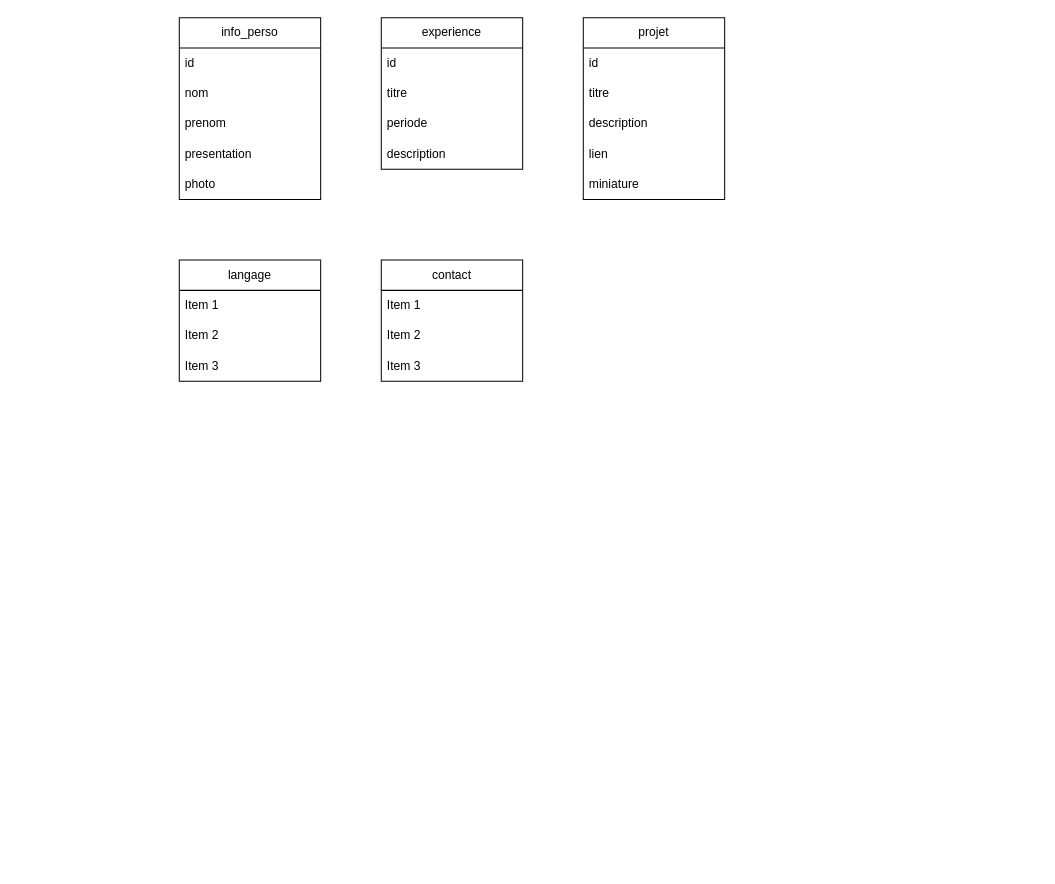
NicolasNegrier/portfolio_node keeps this draw.io diagram as Diagramme sans nom.drawio. Above is the earlier version. Source tidied: cells renumbered, new cells numbered last; positions are measured from the earlier drawing's top-left corner, leaving out a move shared by most shapes. Both pictures are drawn from the tidied source at 101%, with x=0, y=0 at pixel (179, 17).
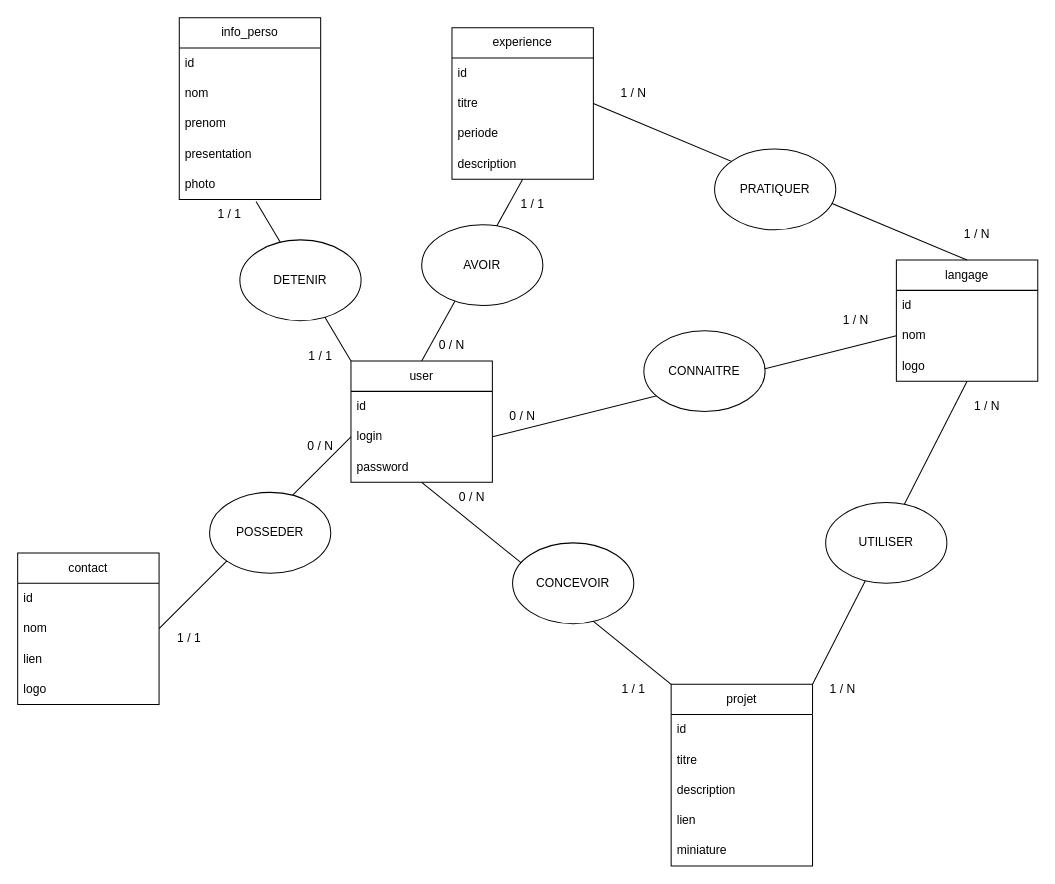
After the change.

Unchanged cells that the change refers to:
```xml
<mxCell id="7" value="photo" style="text;strokeColor=none;fillColor=none;align=left;verticalAlign=middle;spacingLeft=4;spacingRight=4;overflow=hidden;points=[[0,0.5],[1,0.5]];portConstraint=eastwest;whiteSpace=wrap;html=1;" parent="2" vertex="1">
  <mxGeometry y="150" width="140" height="30" as="geometry" />
</mxCell>
<mxCell id="10" value="titre" style="text;strokeColor=none;fillColor=none;align=left;verticalAlign=middle;spacingLeft=4;spacingRight=4;overflow=hidden;points=[[0,0.5],[1,0.5]];portConstraint=eastwest;whiteSpace=wrap;html=1;" parent="8" vertex="1">
  <mxGeometry y="60" width="140" height="30" as="geometry" />
</mxCell>
```

Diff of the diagram source:
```diff
@@
     <mxCell id="8" value="experience" style="swimlane;fontStyle=0;horizontal=1;startSize=30;whiteSpace=wrap;html=1;" parent="1" vertex="1">
-      <mxGeometry x="200" width="140" height="150" as="geometry" />
+      <mxGeometry x="270" y="10" width="140" height="150" as="geometry" />
     </mxCell>
@@
     <mxCell id="13" value="projet" style="swimlane;fontStyle=0;horizontal=1;startSize=30;whiteSpace=wrap;html=1;" parent="1" vertex="1">
-      <mxGeometry x="400" width="140" height="180" as="geometry" />
+      <mxGeometry x="487" y="660" width="140" height="180" as="geometry" />
     </mxCell>
@@
     <mxCell id="19" value="langage" style="swimlane;fontStyle=0;horizontal=1;startSize=30;whiteSpace=wrap;html=1;" parent="1" vertex="1">
-      <mxGeometry y="240" width="140" height="120" as="geometry" />
+      <mxGeometry x="710" y="240" width="140" height="120" as="geometry" />
     </mxCell>
-    <mxCell id="20" value="Item 1" style="text;strokeColor=none;fillColor=none;align=left;verticalAlign=middle;spacingLeft=4;spacingRight=4;overflow=hidden;whiteSpace=wrap;html=1;" parent="19" vertex="1">
+    <mxCell id="20" value="id" style="text;strokeColor=none;fillColor=none;align=left;verticalAlign=middle;spacingLeft=4;spacingRight=4;overflow=hidden;whiteSpace=wrap;html=1;" parent="19" vertex="1">
       <mxGeometry y="30" width="140" height="30" as="geometry" />
     </mxCell>
-    <mxCell id="21" value="Item 2" style="text;strokeColor=none;fillColor=none;align=left;verticalAlign=middle;spacingLeft=4;spacingRight=4;overflow=hidden;points=[[0,0.5],[1,0.5]];portConstraint=eastwest;whiteSpace=wrap;html=1;" parent="19" vertex="1">
+    <mxCell id="21" value="nom" style="text;strokeColor=none;fillColor=none;align=left;verticalAlign=middle;spacingLeft=4;spacingRight=4;overflow=hidden;points=[[0,0.5],[1,0.5]];portConstraint=eastwest;whiteSpace=wrap;html=1;" parent="19" vertex="1">
       <mxGeometry y="60" width="140" height="30" as="geometry" />
     </mxCell>
-    <mxCell id="22" value="Item 3" style="text;strokeColor=none;fillColor=none;align=left;verticalAlign=middle;spacingLeft=4;spacingRight=4;overflow=hidden;whiteSpace=wrap;html=1;" parent="19" vertex="1">
+    <mxCell id="22" value="logo" style="text;strokeColor=none;fillColor=none;align=left;verticalAlign=middle;spacingLeft=4;spacingRight=4;overflow=hidden;whiteSpace=wrap;html=1;" parent="19" vertex="1">
       <mxGeometry y="90" width="140" height="30" as="geometry" />
     </mxCell>
     <mxCell id="23" value="contact" style="swimlane;fontStyle=0;horizontal=1;startSize=30;whiteSpace=wrap;html=1;" parent="1" vertex="1">
-      <mxGeometry x="200" y="240" width="140" height="120" as="geometry" />
+      <mxGeometry x="-160" y="530" width="140" height="150" as="geometry" />
     </mxCell>
-    <mxCell id="24" value="Item 1" style="text;strokeColor=none;fillColor=none;align=left;verticalAlign=middle;spacingLeft=4;spacingRight=4;overflow=hidden;whiteSpace=wrap;html=1;" parent="23" vertex="1">
+    <mxCell id="24" value="id" style="text;strokeColor=none;fillColor=none;align=left;verticalAlign=middle;spacingLeft=4;spacingRight=4;overflow=hidden;whiteSpace=wrap;html=1;" parent="23" vertex="1">
       <mxGeometry y="30" width="140" height="30" as="geometry" />
     </mxCell>
-    <mxCell id="25" value="Item 2" style="text;strokeColor=none;fillColor=none;align=left;verticalAlign=middle;spacingLeft=4;spacingRight=4;overflow=hidden;points=[[0,0.5],[1,0.5]];portConstraint=eastwest;whiteSpace=wrap;html=1;" parent="23" vertex="1">
+    <mxCell id="25" value="nom" style="text;strokeColor=none;fillColor=none;align=left;verticalAlign=middle;spacingLeft=4;spacingRight=4;overflow=hidden;points=[[0,0.5],[1,0.5]];portConstraint=eastwest;whiteSpace=wrap;html=1;" parent="23" vertex="1">
       <mxGeometry y="60" width="140" height="30" as="geometry" />
     </mxCell>
+    <mxCell id="27" value="lien" style="text;strokeColor=none;fillColor=none;align=left;verticalAlign=middle;spacingLeft=4;spacingRight=4;overflow=hidden;whiteSpace=wrap;html=1;" parent="23" vertex="1">
+      <mxGeometry y="90" width="140" height="30" as="geometry" />
+    </mxCell>
-    <mxCell id="26" value="Item 3" style="text;strokeColor=none;fillColor=none;align=left;verticalAlign=middle;spacingLeft=4;spacingRight=4;overflow=hidden;whiteSpace=wrap;html=1;" parent="23" vertex="1">
-      <mxGeometry y="90" width="140" height="30" as="geometry" />
+    <mxCell id="26" value="logo" style="text;strokeColor=none;fillColor=none;align=left;verticalAlign=middle;spacingLeft=4;spacingRight=4;overflow=hidden;whiteSpace=wrap;html=1;" parent="23" vertex="1">
+      <mxGeometry y="120" width="140" height="30" as="geometry" />
     </mxCell>
+    <mxCell id="28" value="user" style="swimlane;fontStyle=0;horizontal=1;startSize=30;whiteSpace=wrap;html=1;" parent="1" vertex="1">
+      <mxGeometry x="170" y="340" width="140" height="120" as="geometry" />
+    </mxCell>
+    <mxCell id="29" value="id" style="text;strokeColor=none;fillColor=none;align=left;verticalAlign=middle;spacingLeft=4;spacingRight=4;overflow=hidden;whiteSpace=wrap;html=1;" parent="28" vertex="1">
+      <mxGeometry y="30" width="140" height="30" as="geometry" />
+    </mxCell>
+    <mxCell id="30" value="login" style="text;strokeColor=none;fillColor=none;align=left;verticalAlign=middle;spacingLeft=4;spacingRight=4;overflow=hidden;points=[[0,0.5],[1,0.5]];portConstraint=eastwest;whiteSpace=wrap;html=1;" parent="28" vertex="1">
+      <mxGeometry y="60" width="140" height="30" as="geometry" />
+    </mxCell>
+    <mxCell id="31" value="password" style="text;strokeColor=none;fillColor=none;align=left;verticalAlign=middle;spacingLeft=4;spacingRight=4;overflow=hidden;whiteSpace=wrap;html=1;" parent="28" vertex="1">
+      <mxGeometry y="90" width="140" height="30" as="geometry" />
+    </mxCell>
+    <mxCell id="32" style="endArrow=none;html=1;rounded=0;exitX=0;exitY=0;exitDx=0;exitDy=0;entryX=0.543;entryY=1.067;entryDx=0;entryDy=0;entryPerimeter=0;" parent="1" edge="1" source="28" target="7">
+      <mxGeometry relative="1" as="geometry" />
+    </mxCell>
+    <mxCell id="33" style="endArrow=none;html=1;rounded=0;exitX=0.5;exitY=0;exitDx=0;exitDy=0;entryX=0.5;entryY=1;entryDx=0;entryDy=0;" parent="1" edge="1" source="28" target="8">
+      <mxGeometry relative="1" as="geometry" />
+    </mxCell>
+    <mxCell id="34" style="endArrow=none;html=1;rounded=0;entryX=0;entryY=0;entryDx=0;entryDy=0;exitX=0.5;exitY=1;exitDx=0;exitDy=0;" parent="1" edge="1" source="28" target="13">
+      <mxGeometry relative="1" as="geometry" />
+    </mxCell>
+    <mxCell id="35" style="endArrow=none;html=1;rounded=0;entryX=0;entryY=0.5;entryDx=0;entryDy=0;exitX=1;exitY=0.5;exitDx=0;exitDy=0;" parent="1" edge="1" source="30" target="21">
+      <mxGeometry relative="1" as="geometry" />
+    </mxCell>
+    <mxCell id="36" style="endArrow=none;html=1;rounded=0;entryX=1;entryY=0.5;entryDx=0;entryDy=0;exitX=0;exitY=0.5;exitDx=0;exitDy=0;" parent="1" edge="1" source="30" target="25">
+      <mxGeometry relative="1" as="geometry" />
+    </mxCell>
+    <mxCell id="37" style="endArrow=none;html=1;rounded=0;entryX=1;entryY=0.5;entryDx=0;entryDy=0;exitX=0.5;exitY=0;exitDx=0;exitDy=0;" parent="1" edge="1" source="19" target="10">
+      <mxGeometry relative="1" as="geometry" />
+    </mxCell>
+    <mxCell id="38" style="endArrow=none;html=1;rounded=0;entryX=0.5;entryY=1;entryDx=0;entryDy=0;exitX=1;exitY=0;exitDx=0;exitDy=0;" parent="1" edge="1" source="13" target="19">
+      <mxGeometry relative="1" as="geometry" />
+    </mxCell>
+    <mxCell id="39" value="1 / N" style="text;html=1;strokeColor=none;fillColor=none;align=center;verticalAlign=middle;whiteSpace=wrap;rounded=0;" parent="1" vertex="1">
+      <mxGeometry x="770" y="370" width="60" height="30" as="geometry" />
+    </mxCell>
+    <mxCell id="40" value="1 / N" style="text;html=1;strokeColor=none;fillColor=none;align=center;verticalAlign=middle;whiteSpace=wrap;rounded=0;" parent="1" vertex="1">
+      <mxGeometry x="760" y="200" width="60" height="30" as="geometry" />
+    </mxCell>
+    <mxCell id="41" value="1 / N" style="text;html=1;strokeColor=none;fillColor=none;align=center;verticalAlign=middle;whiteSpace=wrap;rounded=0;" parent="1" vertex="1">
+      <mxGeometry x="640" y="285" width="60" height="30" as="geometry" />
+    </mxCell>
+    <mxCell id="42" value="1 / N" style="text;html=1;strokeColor=none;fillColor=none;align=center;verticalAlign=middle;whiteSpace=wrap;rounded=0;" parent="1" vertex="1">
+      <mxGeometry x="420" y="60" width="60" height="30" as="geometry" />
+    </mxCell>
+    <mxCell id="43" value="0 / N" style="text;html=1;strokeColor=none;fillColor=none;align=center;verticalAlign=middle;whiteSpace=wrap;rounded=0;" parent="1" vertex="1">
+      <mxGeometry x="310" y="380" width="60" height="30" as="geometry" />
+    </mxCell>
+    <mxCell id="44" value="1 / 1" style="text;html=1;strokeColor=none;fillColor=none;align=center;verticalAlign=middle;whiteSpace=wrap;rounded=0;" parent="1" vertex="1">
+      <mxGeometry x="320" y="170" width="60" height="30" as="geometry" />
+    </mxCell>
+    <mxCell id="45" value="0 / N" style="text;html=1;strokeColor=none;fillColor=none;align=center;verticalAlign=middle;whiteSpace=wrap;rounded=0;" parent="1" vertex="1">
+      <mxGeometry x="240" y="310" width="60" height="30" as="geometry" />
+    </mxCell>
+    <mxCell id="46" value="1 / 1" style="text;html=1;strokeColor=none;fillColor=none;align=center;verticalAlign=middle;whiteSpace=wrap;rounded=0;" parent="1" vertex="1">
+      <mxGeometry x="110" y="320" width="60" height="30" as="geometry" />
+    </mxCell>
+    <mxCell id="47" value="1 / 1" style="text;html=1;strokeColor=none;fillColor=none;align=center;verticalAlign=middle;whiteSpace=wrap;rounded=0;" parent="1" vertex="1">
+      <mxGeometry x="20" y="180" width="60" height="30" as="geometry" />
+    </mxCell>
+    <mxCell id="48" value="1 / 1" style="text;html=1;strokeColor=none;fillColor=none;align=center;verticalAlign=middle;whiteSpace=wrap;rounded=0;" parent="1" vertex="1">
+      <mxGeometry x="420" y="650" width="60" height="30" as="geometry" />
+    </mxCell>
+    <mxCell id="49" value="0 / N" style="text;html=1;strokeColor=none;fillColor=none;align=center;verticalAlign=middle;whiteSpace=wrap;rounded=0;" parent="1" vertex="1">
+      <mxGeometry x="260" y="460" width="60" height="30" as="geometry" />
+    </mxCell>
+    <mxCell id="50" value="1 / 1" style="text;html=1;strokeColor=none;fillColor=none;align=center;verticalAlign=middle;whiteSpace=wrap;rounded=0;" parent="1" vertex="1">
+      <mxGeometry x="-20" y="600" width="60" height="30" as="geometry" />
+    </mxCell>
+    <mxCell id="51" value="0 / N" style="text;html=1;strokeColor=none;fillColor=none;align=center;verticalAlign=middle;whiteSpace=wrap;rounded=0;" parent="1" vertex="1">
+      <mxGeometry x="110" y="410" width="60" height="30" as="geometry" />
+    </mxCell>
+    <mxCell id="52" style="ellipse;whiteSpace=wrap;html=1;" parent="1" vertex="1">
+      <mxGeometry x="460" y="310" width="120" height="80" as="geometry" />
+    </mxCell>
+    <mxCell id="53" value="&lt;div&gt;CONNAITRE&lt;/div&gt;" style="text;html=1;strokeColor=none;fillColor=none;align=center;verticalAlign=middle;whiteSpace=wrap;rounded=0;" parent="1" vertex="1">
+      <mxGeometry x="490" y="335" width="60" height="30" as="geometry" />
+    </mxCell>
+    <mxCell id="54" style="ellipse;whiteSpace=wrap;html=1;" parent="1" vertex="1">
+      <mxGeometry x="530" y="130" width="120" height="80" as="geometry" />
+    </mxCell>
+    <mxCell id="55" style="ellipse;whiteSpace=wrap;html=1;" parent="1" vertex="1">
+      <mxGeometry x="330" y="520" width="120" height="80" as="geometry" />
+    </mxCell>
+    <mxCell id="56" style="ellipse;whiteSpace=wrap;html=1;" parent="1" vertex="1">
+      <mxGeometry x="240" y="205" width="120" height="80" as="geometry" />
+    </mxCell>
+    <mxCell id="57" style="ellipse;whiteSpace=wrap;html=1;" parent="1" vertex="1">
+      <mxGeometry x="60" y="220" width="120" height="80" as="geometry" />
+    </mxCell>
+    <mxCell id="58" style="ellipse;whiteSpace=wrap;html=1;" parent="1" vertex="1">
+      <mxGeometry x="30" y="470" width="120" height="80" as="geometry" />
+    </mxCell>
+    <mxCell id="59" value="CONCEVOIR" style="text;html=1;strokeColor=none;fillColor=none;align=center;verticalAlign=middle;whiteSpace=wrap;rounded=0;" parent="1" vertex="1">
+      <mxGeometry x="360" y="545" width="60" height="30" as="geometry" />
+    </mxCell>
+    <mxCell id="60" value="POSSEDER" style="text;html=1;strokeColor=none;fillColor=none;align=center;verticalAlign=middle;whiteSpace=wrap;rounded=0;" parent="1" vertex="1">
+      <mxGeometry x="60" y="495" width="60" height="30" as="geometry" />
+    </mxCell>
+    <mxCell id="61" value="DETENIR" style="text;html=1;strokeColor=none;fillColor=none;align=center;verticalAlign=middle;whiteSpace=wrap;rounded=0;" parent="1" vertex="1">
+      <mxGeometry x="90" y="245" width="60" height="30" as="geometry" />
+    </mxCell>
+    <mxCell id="62" value="AVOIR" style="text;html=1;strokeColor=none;fillColor=none;align=center;verticalAlign=middle;whiteSpace=wrap;rounded=0;" parent="1" vertex="1">
+      <mxGeometry x="270" y="230" width="60" height="30" as="geometry" />
+    </mxCell>
+    <mxCell id="63" style="ellipse;whiteSpace=wrap;html=1;" parent="1" vertex="1">
+      <mxGeometry x="640" y="480" width="120" height="80" as="geometry" />
+    </mxCell>
+    <mxCell id="64" value="PRATIQUER" style="text;html=1;strokeColor=none;fillColor=none;align=center;verticalAlign=middle;whiteSpace=wrap;rounded=0;" parent="1" vertex="1">
+      <mxGeometry x="560" y="155" width="60" height="30" as="geometry" />
+    </mxCell>
+    <mxCell id="65" value="UTILISER" style="text;html=1;strokeColor=none;fillColor=none;align=center;verticalAlign=middle;whiteSpace=wrap;rounded=0;" parent="1" vertex="1">
+      <mxGeometry x="670" y="505" width="60" height="30" as="geometry" />
+    </mxCell>
+    <mxCell id="66" value="1 / N" style="text;html=1;strokeColor=none;fillColor=none;align=center;verticalAlign=middle;whiteSpace=wrap;rounded=0;" parent="1" vertex="1">
+      <mxGeometry x="627" y="650" width="60" height="30" as="geometry" />
+    </mxCell>
```
